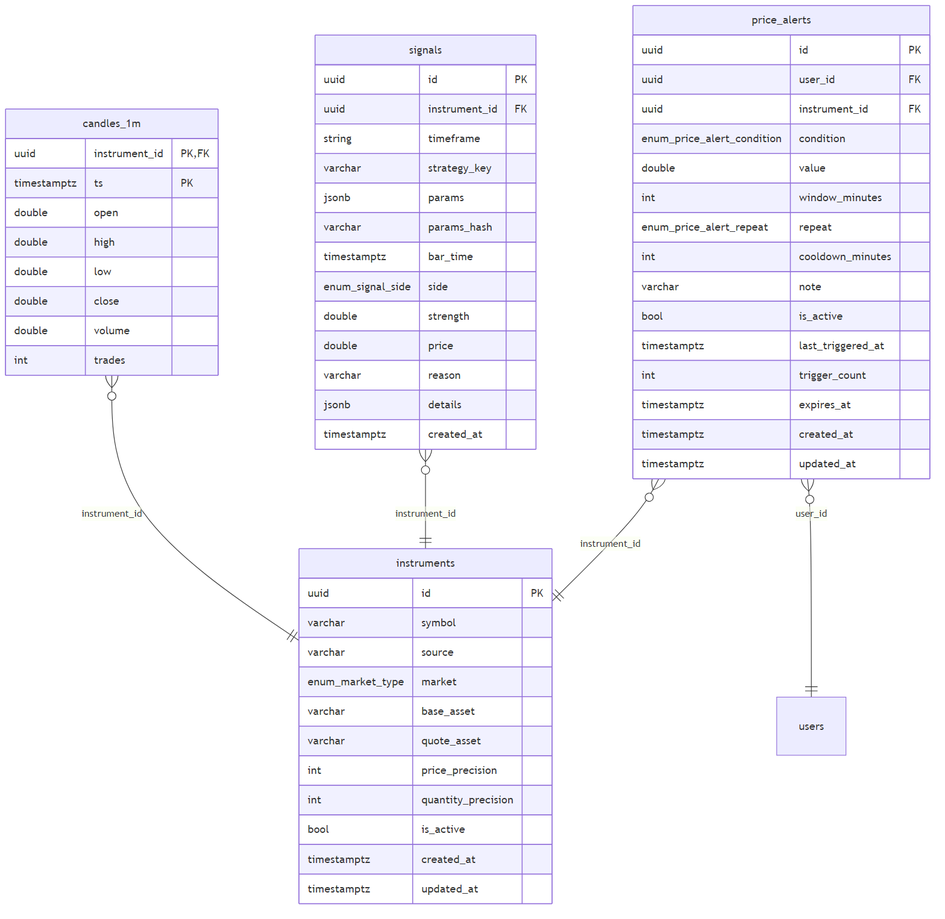
Earlier version of the Mermaid export docs/erd/img/market.png (yazan-alsamman/ai-trading-analysis-system). Its source is kept beside it as docs/erd/mmd/market.mmd.
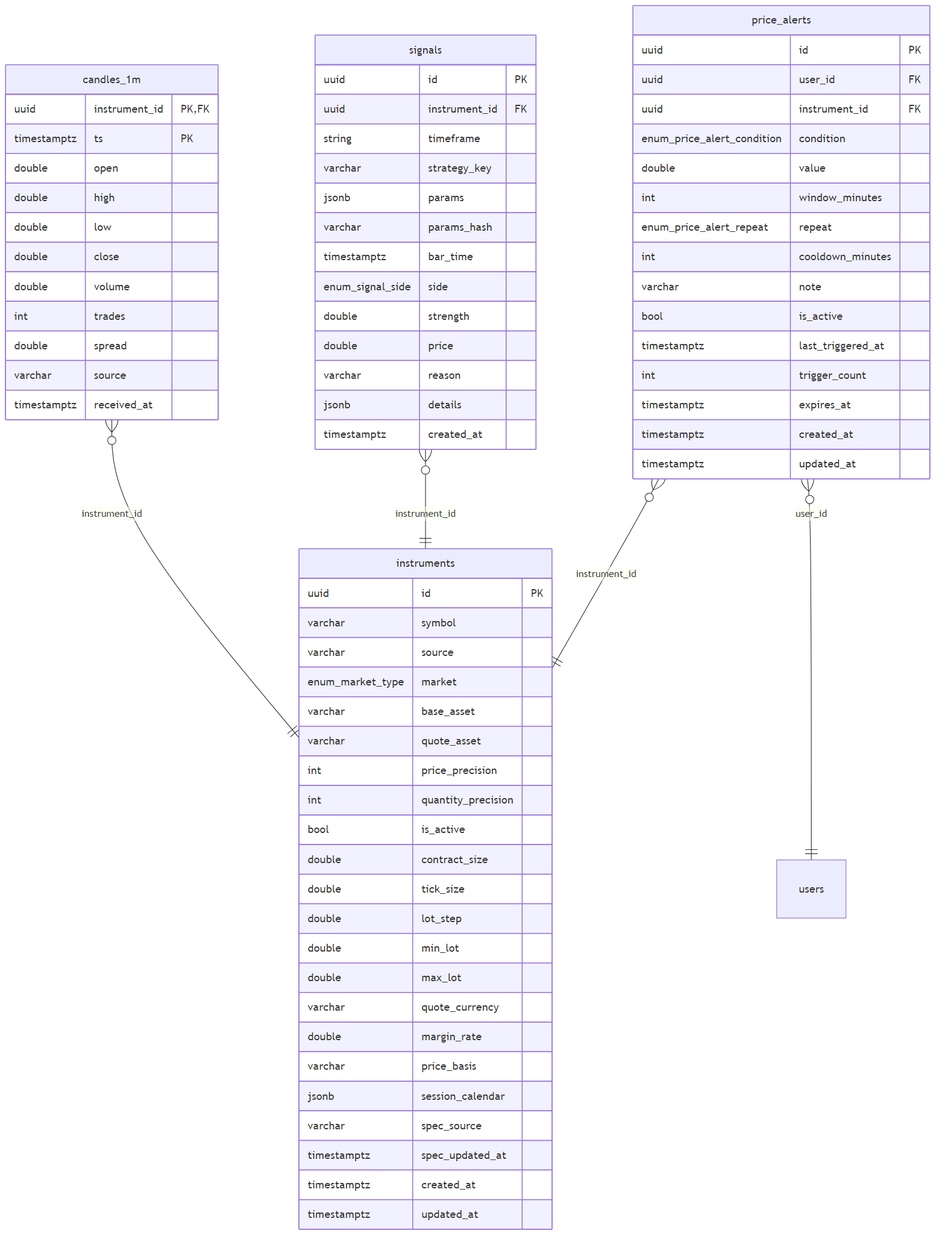
The same file after the commit.

Change to the diagram source:
```diff
@@ -9,6 +9,17 @@
         int price_precision
         int quantity_precision
         bool is_active
+        double contract_size
+        double tick_size
+        double lot_step
+        double min_lot
+        double max_lot
+        varchar quote_currency
+        double margin_rate
+        varchar price_basis
+        jsonb session_calendar
+        varchar spec_source
+        timestamptz spec_updated_at
         timestamptz created_at
         timestamptz updated_at
     }
@@ -21,6 +32,9 @@
         double close
         double volume
         int trades
+        double spread
+        varchar source
+        timestamptz received_at
     }
     signals {
         uuid id PK
```
